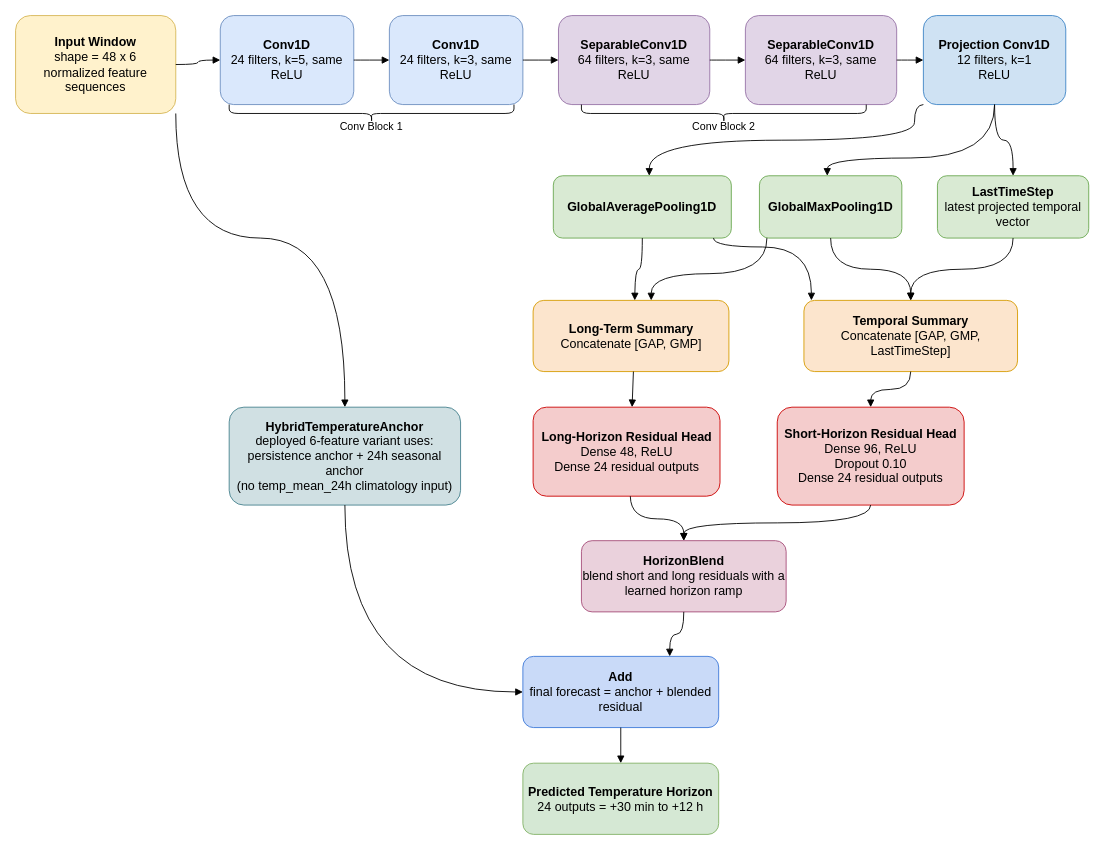
The draw.io diagram page "1D CNN Model" (7 of 11) of tinyml_home_weather_forecasting.drawio in rishi-latchmepersad/TinyML-Home-Weather-Forecasting, before the edit. Source tidied: cells renumbered, new cells numbered last; positions are measured from the earlier drawing's top-left corner, leaving out a move shared by most shapes. Both pictures are drawn from the tidied source at 89%, with x=0, y=0 at pixel (15, 15).
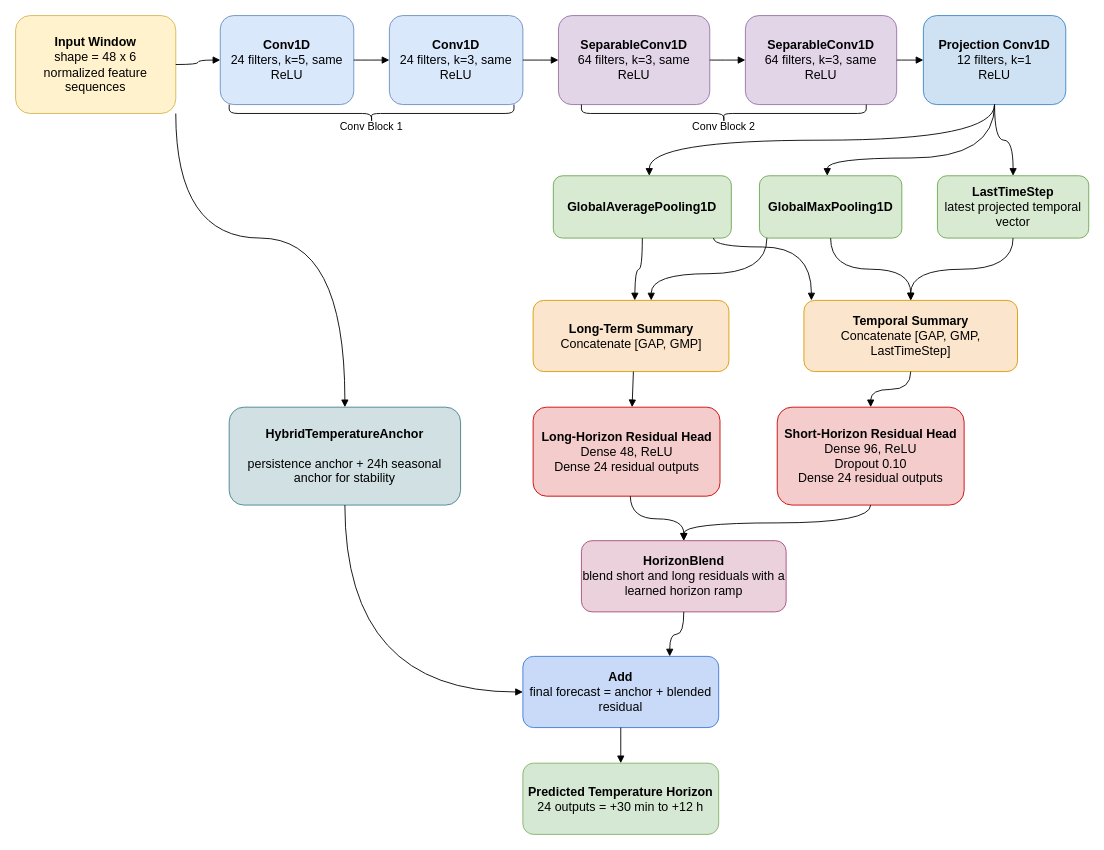
After the change.

The change refers to these unchanged cells:
```xml
<mxCell id="7" value="&lt;b&gt;Projection Conv1D&lt;/b&gt;&lt;div&gt;12 filters, k=1&lt;/div&gt;&lt;div&gt;ReLU&lt;/div&gt;" style="rounded=1;whiteSpace=wrap;html=1;fillColor=#cfe2f3;strokeColor=#3d85c6;fontSize=14;" parent="1" vertex="1">
  <mxGeometry x="1020" width="160" height="100" as="geometry" />
</mxCell>
<mxCell id="8" value="&lt;b&gt;GlobalAveragePooling1D&lt;/b&gt;" style="rounded=1;whiteSpace=wrap;html=1;fillColor=#d9ead3;strokeColor=#6aa84f;fontSize=14;" parent="1" vertex="1">
  <mxGeometry x="604.2" y="180" width="200" height="70" as="geometry" />
</mxCell>
```

The edit, as a diff of the source:
```diff
@@
-    <mxCell id="16" value="&lt;b&gt;HybridTemperatureAnchor&lt;/b&gt;&lt;div&gt;deployed 6-feature variant uses:&lt;/div&gt;&lt;div&gt;persistence anchor + 24h seasonal anchor&lt;/div&gt;&lt;div&gt;(no temp_mean_24h climatology input)&lt;/div&gt;" style="rounded=1;whiteSpace=wrap;html=1;fillColor=#d0e0e3;strokeColor=#45818e;fontSize=14;" parent="1" vertex="1">
+    <mxCell id="16" value="&lt;b&gt;HybridTemperatureAnchor&lt;/b&gt;&lt;div&gt;&lt;br&gt;&lt;/div&gt;&lt;div&gt;persistence anchor + 24h seasonal anchor for stability&lt;/div&gt;" style="rounded=1;whiteSpace=wrap;html=1;fillColor=#d0e0e3;strokeColor=#45818e;fontSize=14;" parent="1" vertex="1">
       <mxGeometry x="240" y="440" width="260" height="110" as="geometry" />
     </mxCell>
@@
-    <mxCell id="24" style="endArrow=block;html=1;rounded=0;strokeColor=#000000;edgeStyle=orthogonalEdgeStyle;curved=1;exitX=0;exitY=1;exitDx=0;exitDy=0;" parent="1" edge="1" source="7" target="8">
+    <mxCell id="24" style="endArrow=block;html=1;rounded=0;strokeColor=#000000;edgeStyle=orthogonalEdgeStyle;curved=1;exitX=0.5;exitY=1;exitDx=0;exitDy=0;" parent="1" edge="1" source="7" target="8">
       <mxGeometry relative="1" as="geometry">
         <Array as="points">
-          <mxPoint x="1010" y="100" />
-          <mxPoint x="1010" y="140" />
+          <mxPoint x="1100" y="140" />
           <mxPoint x="712" y="140" />
         </Array>
       </mxGeometry>
     </mxCell>
```
